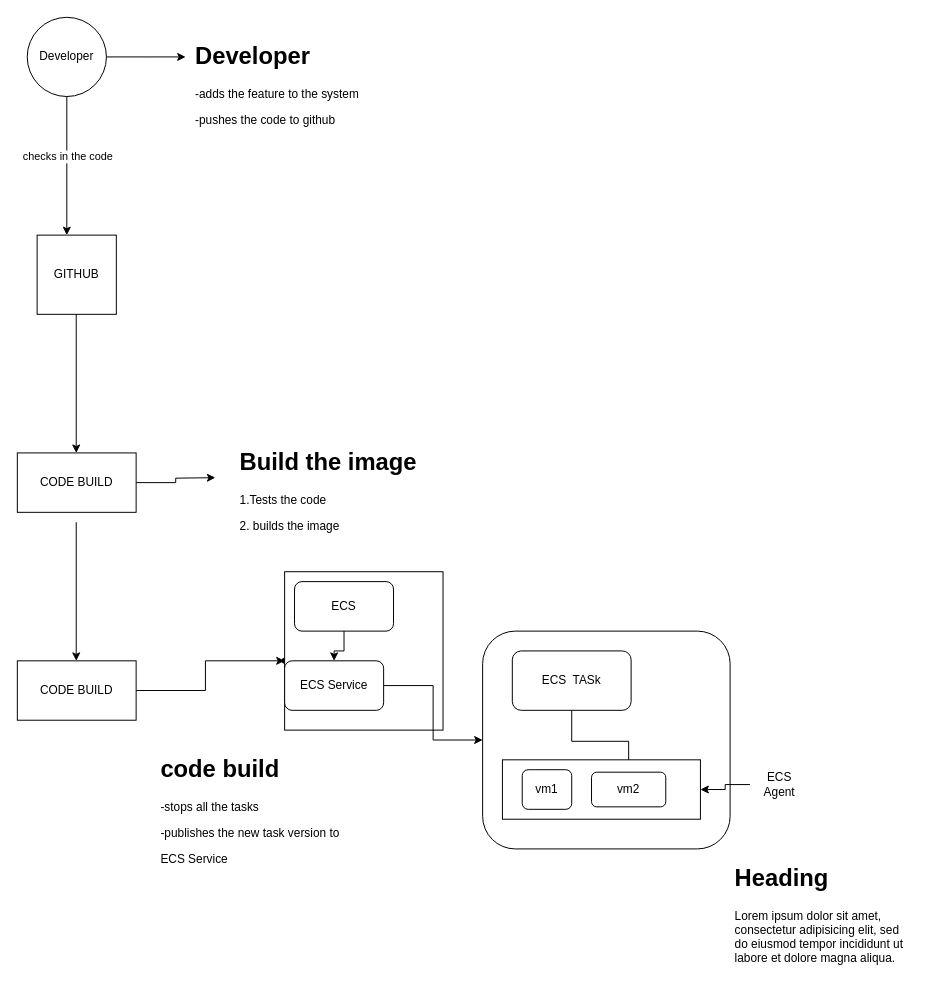
The draw.io diagram src/assets/images/Untitled Diagram.drawio in mogobanyamwaro/realestate, before the edit. Source tidied: cells renumbered, new cells numbered last; positions are measured from the earlier drawing's top-left corner, leaving out a move shared by most shapes. Both pictures are drawn from the tidied source at 99%, with x=0, y=0 at pixel (17, 17).
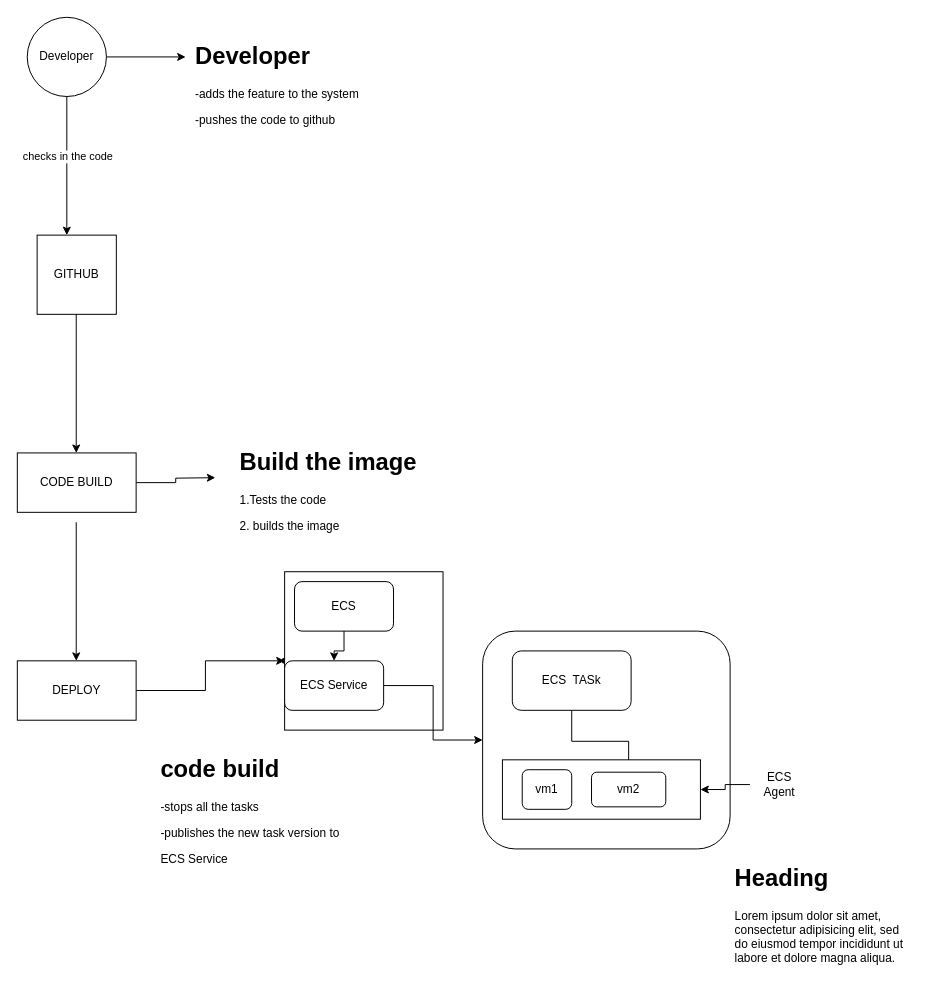
After the change.

The edit, as a diff of the source:
```diff
@@
-    <mxCell id="12" value="CODE BUILD" style="rounded=0;whiteSpace=wrap;html=1;" parent="1" vertex="1">
+    <mxCell id="12" value="DEPLOY" style="rounded=0;whiteSpace=wrap;html=1;" parent="1" vertex="1">
       <mxGeometry y="650" width="120" height="60" as="geometry" />
     </mxCell>
```
